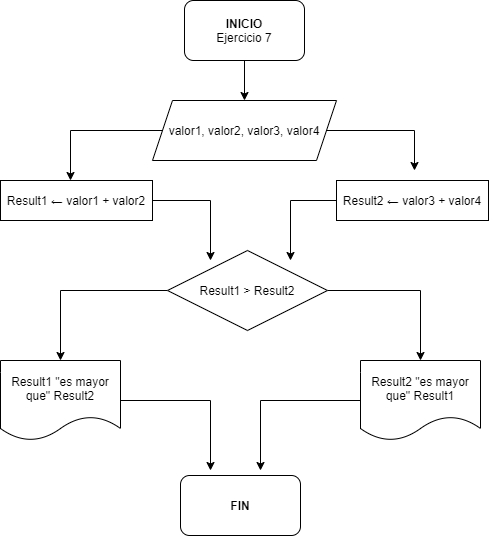
Earlier version of the draw.io export Diagrams/ProgramacionEstructurada_EJ2_7.png (camilaqnz/C-Programming-Language). Source tidied: cells renumbered, new cells last; positions are measured from the earlier drawing's top-left corner, leaving out a move shared by most shapes.
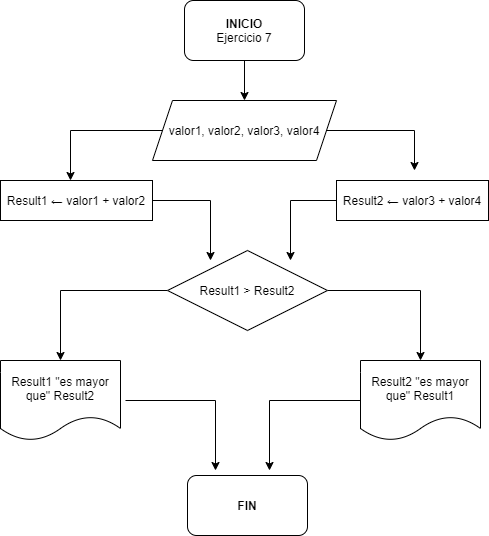
Above is the later version.

The edit, as a diff of the source:
```diff
@@ -54,28 +54,30 @@
     <mxCell id="13" value="Result1 &amp;gt; Result2" style="rhombus;whiteSpace=wrap;html=1;" parent="1" vertex="1">
       <mxGeometry x="167" y="250" width="160" height="80" as="geometry" />
     </mxCell>
-    <mxCell id="14" style="edgeStyle=orthogonalEdgeStyle;rounded=0;jettySize=auto;html=1;" parent="1" edge="1" source="15">
+    <mxCell id="14" style="edgeStyle=orthogonalEdgeStyle;rounded=0;orthogonalLoop=1;jettySize=auto;html=1;" parent="1" edge="1">
       <mxGeometry relative="1" as="geometry">
-        <mxPoint x="210" y="470" as="targetPoint" />
+        <mxPoint x="125" y="400" as="sourcePoint" />
+        <mxPoint x="215" y="470" as="targetPoint" />
         <Array as="points">
-          <mxPoint x="210" y="400" />
-          <mxPoint x="210" y="470" />
+          <mxPoint x="215" y="400" />
+          <mxPoint x="215" y="470" />
         </Array>
       </mxGeometry>
     </mxCell>
     <mxCell id="15" value="Result1 &quot;es mayor que&quot; Result2" style="shape=document;whiteSpace=wrap;html=1;boundedLbl=1;" parent="1" vertex="1">
       <mxGeometry y="360" width="120" height="80" as="geometry" />
     </mxCell>
-    <mxCell id="16" style="edgeStyle=orthogonalEdgeStyle;rounded=0;jettySize=auto;html=1;" parent="1" edge="1" source="17">
+    <mxCell id="16" style="edgeStyle=orthogonalEdgeStyle;rounded=0;orthogonalLoop=1;jettySize=auto;html=1;" parent="1" edge="1">
       <mxGeometry relative="1" as="geometry">
-        <mxPoint x="260" y="470" as="targetPoint" />
+        <mxPoint x="369" y="400" as="sourcePoint" />
+        <mxPoint x="269" y="470" as="targetPoint" />
       </mxGeometry>
     </mxCell>
     <mxCell id="17" value="Result2 &quot;es mayor que&quot; Result1" style="shape=document;whiteSpace=wrap;html=1;boundedLbl=1;" parent="1" vertex="1">
       <mxGeometry x="360" y="360" width="120" height="80" as="geometry" />
     </mxCell>
     <mxCell id="18" value="&lt;b&gt;FIN&lt;/b&gt;" style="rounded=1;whiteSpace=wrap;html=1;" parent="1" vertex="1">
-      <mxGeometry x="180" y="475" width="120" height="60" as="geometry" />
+      <mxGeometry x="187" y="475" width="120" height="60" as="geometry" />
     </mxCell>
   </root>
 </mxGraphModel>
```
